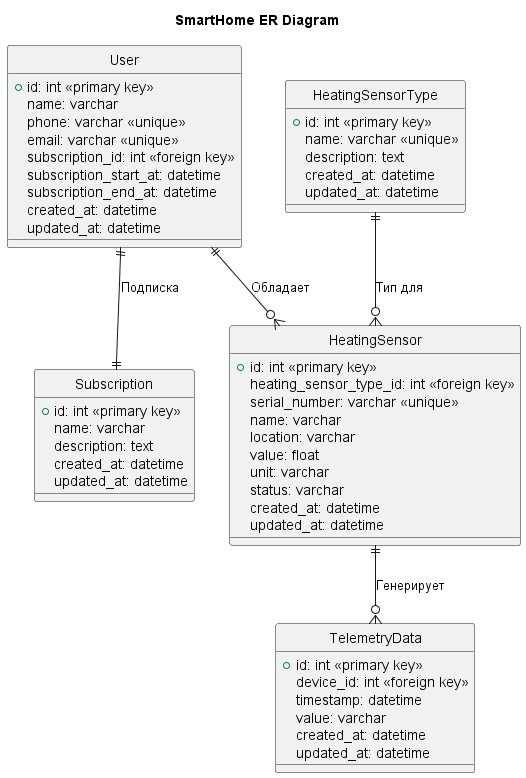
This is apps/diagrams/er/er.png from yaspichihin/ydx_arch_sprint_1, a PlantUML export, as it was before one commit.
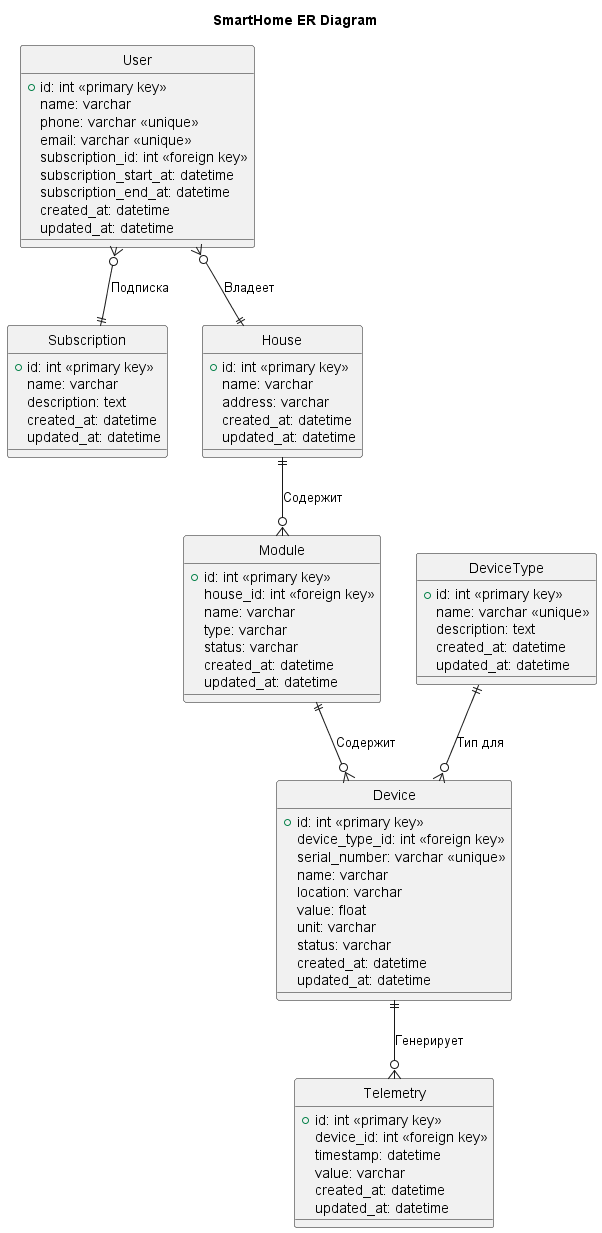
After the change.

Diff of the diagram source:
```diff
@@ -24,9 +24,27 @@
   updated_at: datetime
 }
 
-entity HeatingSensor {
+entity House {
   +id: int <<primary key>>
-  heating_sensor_type_id: int <<foreign key>>
+  name: varchar
+  address: varchar
+  created_at: datetime
+  updated_at: datetime
+}
+
+entity Module {
+  +id: int <<primary key>>
+  house_id: int <<foreign key>>
+  name: varchar
+  type: varchar
+  status: varchar
+  created_at: datetime
+  updated_at: datetime
+}
+
+entity Device {
+  +id: int <<primary key>>
+  device_type_id: int <<foreign key>>
   serial_number: varchar <<unique>>
   name: varchar
   location: varchar
@@ -37,7 +55,7 @@
   updated_at: datetime
 }
 
-entity HeatingSensorType {
+entity DeviceType {
   +id: int <<primary key>>
   name: varchar <<unique>>
   description: text
@@ -45,7 +63,7 @@
   updated_at: datetime
 }
 
-entity TelemetryData {
+entity Telemetry {
   +id: int <<primary key>>
   device_id: int <<foreign key>>
   timestamp: datetime
@@ -54,9 +72,12 @@
   updated_at: datetime
 }
 
-User ||--|| Subscription : "Подписка"
-User ||--o{ HeatingSensor : "Обладает"
-HeatingSensorType ||--o{ HeatingSensor : "Тип для"
-HeatingSensor ||--o{ TelemetryData : "Генерирует"
+User }o--|| Subscription : "Подписка"
+User }o--|| House : "Владеет"
+House ||--o{ Module : "Содержит"
+Module ||--o{ Device : "Содержит"
+DeviceType ||--o{ Device : "Тип для"
+Device ||--o{ Telemetry : "Генерирует"
+
 
 @enduml
```
